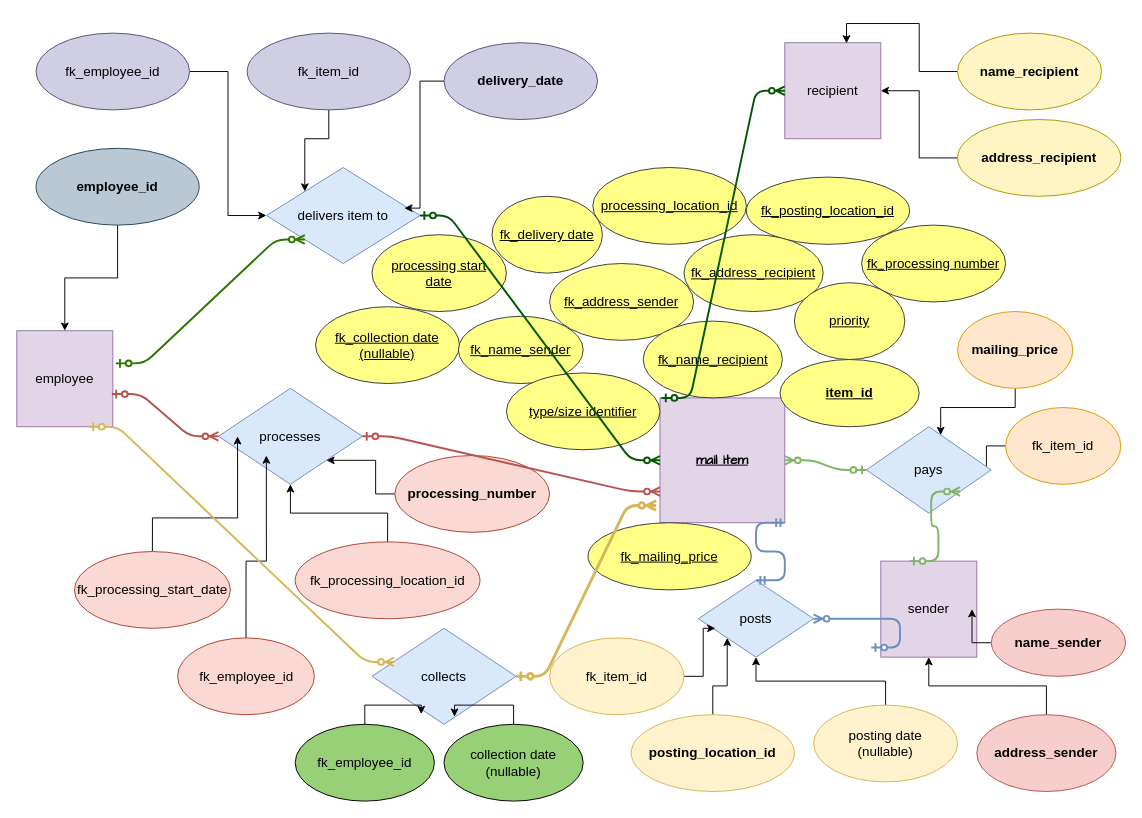
Above: database_development_CR09/ERdiagram_CR09.drawio in Carina20/CFLMS-Carina-CodeReview-09 (draw.io), before the change. Source tidied: cells renumbered, new cells numbered last; positions are measured from the earlier drawing's top-left corner, leaving out a move shared by most shapes. Both pictures are drawn from the tidied source at 96%, with x=0, y=0 at pixel (16, 33).
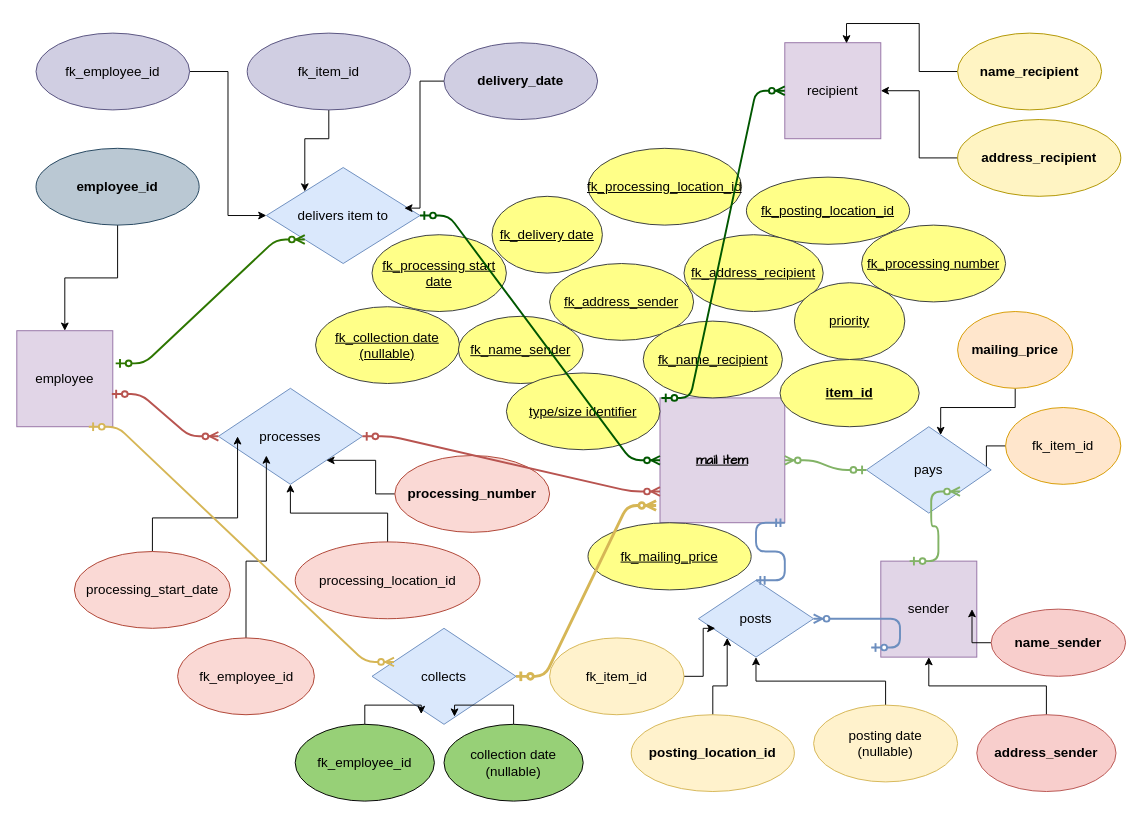
The same page after the edit.

What changed in the source:
```diff
@@
-    <mxCell id="41" value="fk_processing_location_id" style="ellipse;whiteSpace=wrap;html=1;fontSize=14;fillColor=#fad9d5;strokeColor=#ae4132;" parent="1" vertex="1">
+    <mxCell id="41" value="processing_location_id" style="ellipse;whiteSpace=wrap;html=1;fontSize=14;fillColor=#fad9d5;strokeColor=#ae4132;" parent="1" vertex="1">
       <mxGeometry x="290" y="530" width="192.5" height="80" as="geometry" />
     </mxCell>
@@
-    <mxCell id="47" value="fk_processing_start_date" style="ellipse;whiteSpace=wrap;html=1;fontSize=14;fillColor=#fad9d5;strokeColor=#ae4132;" parent="1" vertex="1">
+    <mxCell id="47" value="processing_start_date" style="ellipse;whiteSpace=wrap;html=1;fontSize=14;fillColor=#fad9d5;strokeColor=#ae4132;" parent="1" vertex="1">
       <mxGeometry x="60" y="540" width="162.5" height="80" as="geometry" />
     </mxCell>
@@
-    <mxCell id="50" value="processing start&lt;br&gt;date" style="ellipse;whiteSpace=wrap;html=1;fontSize=14;fillColor=#ffff88;strokeColor=#36393d;fontStyle=4;" parent="1" vertex="1">
+    <mxCell id="50" value="fk_processing start&lt;br&gt;date" style="ellipse;whiteSpace=wrap;html=1;fontSize=14;fillColor=#ffff88;strokeColor=#36393d;fontStyle=4;" parent="1" vertex="1">
       <mxGeometry x="370" y="210" width="140" height="80" as="geometry" />
     </mxCell>
@@
-    <mxCell id="52" value="processing_location_id" style="ellipse;whiteSpace=wrap;html=1;fontSize=14;fillColor=#ffff88;strokeColor=#36393d;fontStyle=4;" parent="1" vertex="1">
-      <mxGeometry x="600" y="140" width="160" height="80" as="geometry" />
+    <mxCell id="52" value="fk_processing_location_id" style="ellipse;whiteSpace=wrap;html=1;fontSize=14;fillColor=#ffff88;strokeColor=#36393d;fontStyle=4;" parent="1" vertex="1">
+      <mxGeometry x="595" y="120" width="160" height="80" as="geometry" />
     </mxCell>
```
